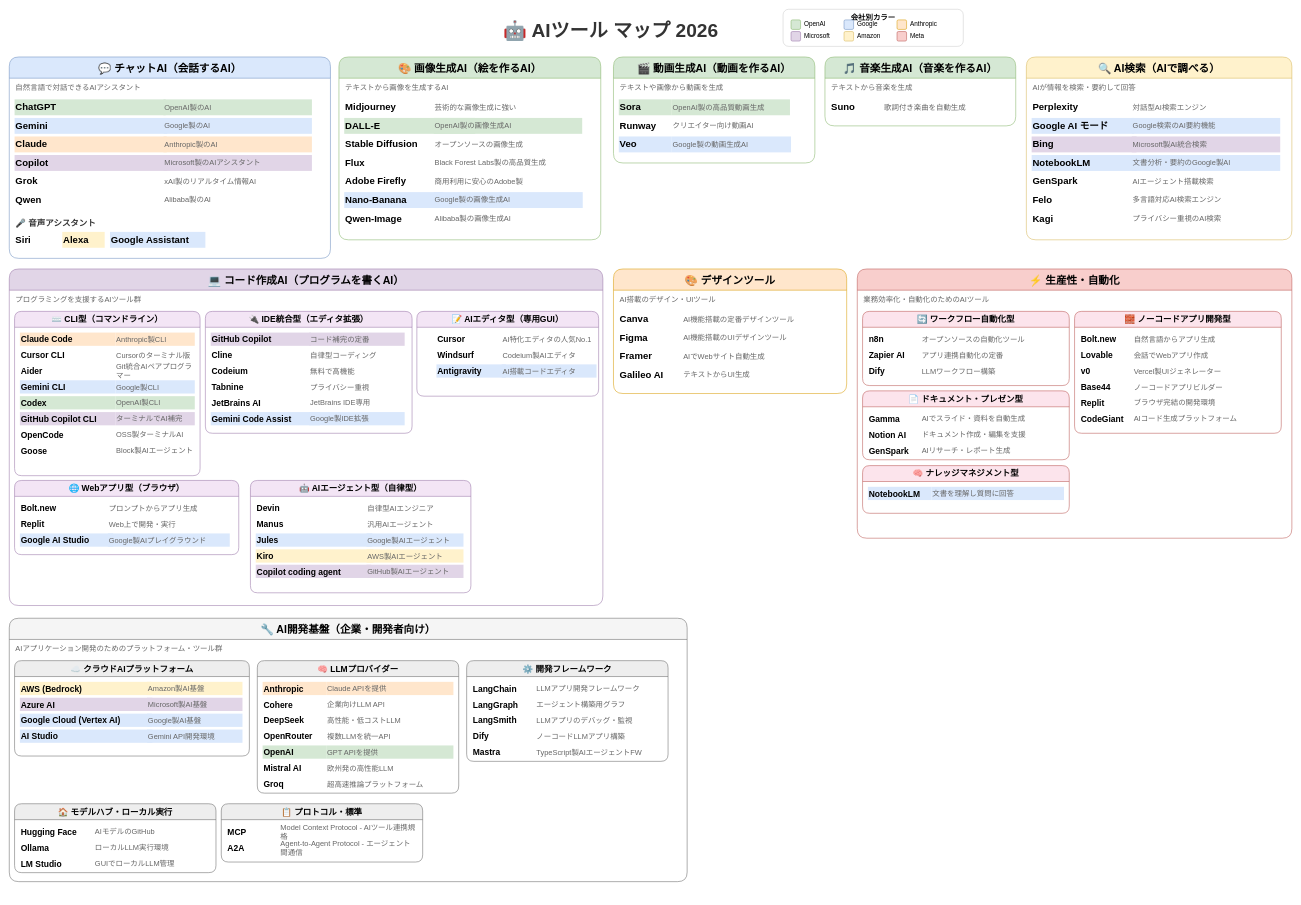
staticWagomU/ai-tools-map-drawio keeps this draw.io diagram as ai-tools-map.drawio. Above is the earlier version. Source tidied: cells renumbered, new cells numbered last; positions are measured from the earlier drawing's top-left corner, leaving out a move shared by most shapes. Both pictures are drawn from the tidied source at 53%, with x=0, y=0 at pixel (9, 9).
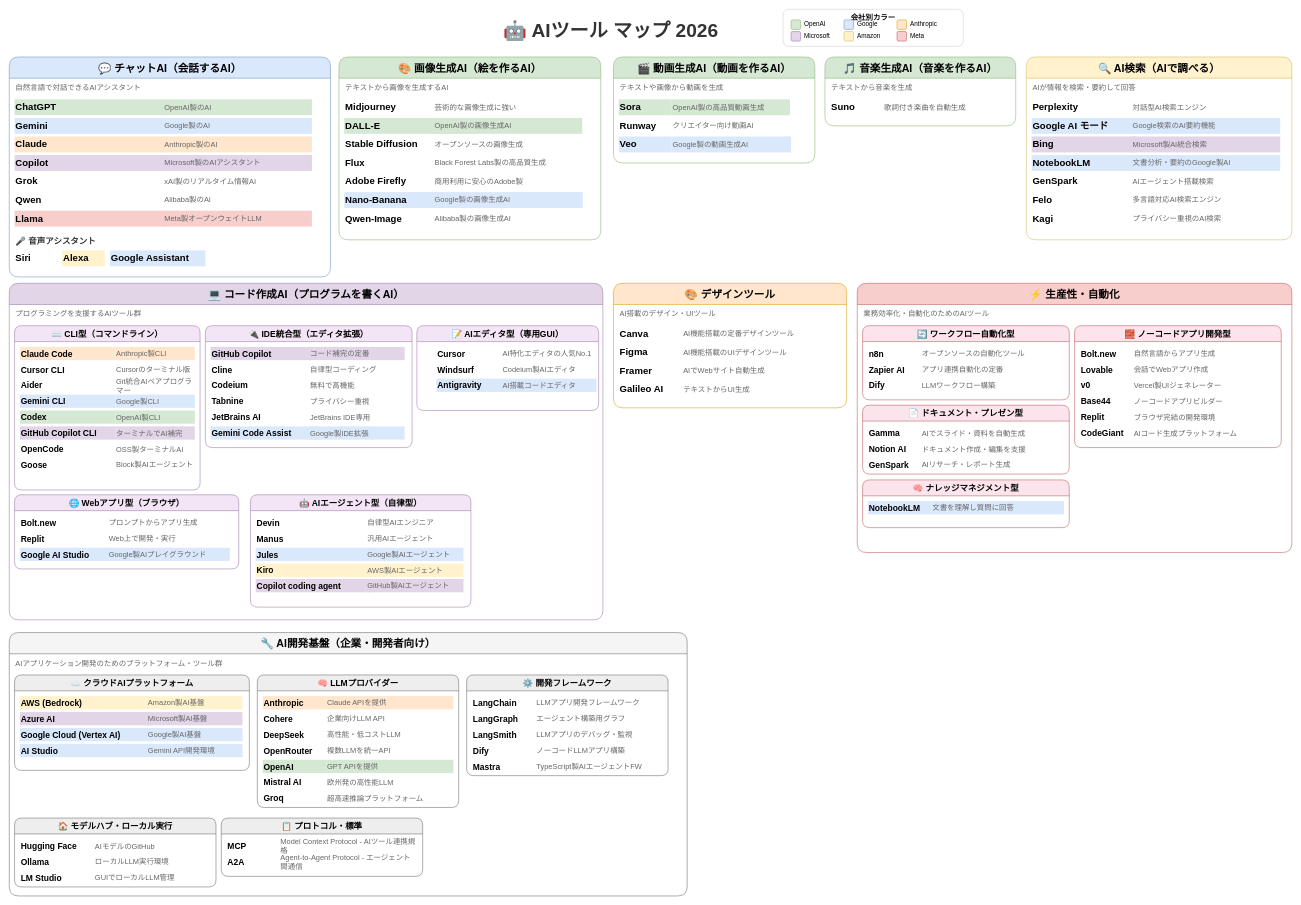
After the change.

Commit message:
feat: add Llama to chat AI category

Llamaは近年注目を集めているMeta製のオープンウェイトLLMで、
コミュニティでの利用が広がっている。他の主要なチャットAI
(ChatGPT、Gemini、Claude、Qwen)と並べてマップに追加することで、
ユーザーがオープンソース選択肢を認識できるようにした。

チャットAIカテゴリの高さと音声アシスタントセクションの位置を
調整し、新規エントリのためのスペースを確保した。

What changed in the source:
```diff
@@
     <mxCell id="3" value="💬 チャットAI（会話するAI）" style="swimlane;whiteSpace=wrap;html=1;fontSize=20;fontStyle=1;startSize=40;fillColor=#dae8fc;strokeColor=#6c8ebf;fontFamily=Hiragino Sans;rounded=1;" parent="1" vertex="1">
-      <mxGeometry y="90" width="606" height="380" as="geometry" />
+      <mxGeometry y="90" width="606" height="415" as="geometry" />
     </mxCell>
@@
+    <mxCell id="226" value="Llama" style="text;html=1;strokeColor=none;fillColor=#f8cecc;align=left;verticalAlign=middle;whiteSpace=wrap;rounded=0;fontSize=18;fontStyle=1;fontFamily=Hiragino Sans;" parent="3" vertex="1">
+      <mxGeometry x="10" y="290" width="287" height="30" as="geometry" />
+    </mxCell>
+    <mxCell id="227" value="Meta製オープンウェイトLLM" style="text;html=1;strokeColor=none;fillColor=#f8cecc;align=left;verticalAlign=middle;whiteSpace=wrap;rounded=0;fontSize=14;fontFamily=Hiragino Sans;fontColor=#666666;" parent="3" vertex="1">
+      <mxGeometry x="291" y="290" width="280" height="30" as="geometry" />
+    </mxCell>
     <mxCell id="17" value="🎤 音声アシスタント" style="text;html=1;strokeColor=none;fillColor=none;align=left;verticalAlign=middle;whiteSpace=wrap;rounded=0;fontSize=16;fontStyle=1;fontFamily=Hiragino Sans;fontColor=#333333;" parent="3" vertex="1">
-      <mxGeometry x="10" y="300" width="200" height="25" as="geometry" />
+      <mxGeometry x="10" y="335" width="200" height="25" as="geometry" />
     </mxCell>
     <mxCell id="18" value="Siri" style="text;html=1;strokeColor=none;fillColor=none;align=left;verticalAlign=middle;whiteSpace=wrap;rounded=0;fontSize=18;fontStyle=1;fontFamily=Hiragino Sans;" parent="3" vertex="1">
-      <mxGeometry x="10" y="330" width="80" height="30" as="geometry" />
+      <mxGeometry x="10" y="365" width="80" height="30" as="geometry" />
     </mxCell>
     <mxCell id="19" value="Alexa" style="text;html=1;strokeColor=none;fillColor=#fff2cc;align=left;verticalAlign=middle;whiteSpace=wrap;rounded=0;fontSize=18;fontStyle=1;fontFamily=Hiragino Sans;" parent="3" vertex="1">
-      <mxGeometry x="100" y="330" width="80" height="30" as="geometry" />
+      <mxGeometry x="100" y="365" width="80" height="30" as="geometry" />
     </mxCell>
     <mxCell id="20" value="Google Assistant" style="text;html=1;strokeColor=none;fillColor=#dae8fc;align=left;verticalAlign=middle;whiteSpace=wrap;rounded=0;fontSize=18;fontStyle=1;fontFamily=Hiragino Sans;" parent="3" vertex="1">
-      <mxGeometry x="190" y="330" width="180" height="30" as="geometry" />
+      <mxGeometry x="190" y="365" width="180" height="30" as="geometry" />
     </mxCell>
@@
     <mxCell id="65" value="💻 コード作成AI（プログラムを書くAI）" style="swimlane;whiteSpace=wrap;html=1;fontSize=20;fontStyle=1;startSize=40;fillColor=#e1d5e7;strokeColor=#9673a6;fontFamily=Hiragino Sans;rounded=1;" parent="1" vertex="1">
-      <mxGeometry y="490" width="1120" height="635" as="geometry" />
+      <mxGeometry y="517" width="1120" height="635" as="geometry" />
     </mxCell>
@@
     <mxCell id="122" value="🎨 デザインツール" style="swimlane;whiteSpace=wrap;html=1;fontSize=20;fontStyle=1;startSize=40;fillColor=#ffe6cc;strokeColor=#d79b00;fontFamily=Hiragino Sans;rounded=1;" parent="1" vertex="1">
-      <mxGeometry x="1140" y="490" width="440" height="235" as="geometry" />
+      <mxGeometry x="1140" y="517" width="440" height="235" as="geometry" />
     </mxCell>
@@
     <mxCell id="132" value="⚡ 生産性・自動化" style="swimlane;whiteSpace=wrap;html=1;fontSize=20;fontStyle=1;startSize=40;fillColor=#f8cecc;strokeColor=#b85450;fontFamily=Hiragino Sans;rounded=1;" parent="1" vertex="1">
-      <mxGeometry x="1600" y="490" width="820" height="508" as="geometry" />
+      <mxGeometry x="1600" y="517" width="820" height="508" as="geometry" />
     </mxCell>
@@
     <mxCell id="164" value="🔧 AI開発基盤（企業・開発者向け）" style="swimlane;whiteSpace=wrap;html=1;fontSize=20;fontStyle=1;startSize=40;fillColor=#f5f5f5;strokeColor=#666666;fontFamily=Hiragino Sans;rounded=1;" parent="1" vertex="1">
-      <mxGeometry y="1149" width="1279" height="497" as="geometry" />
+      <mxGeometry y="1176" width="1279" height="497" as="geometry" />
     </mxCell>
```
